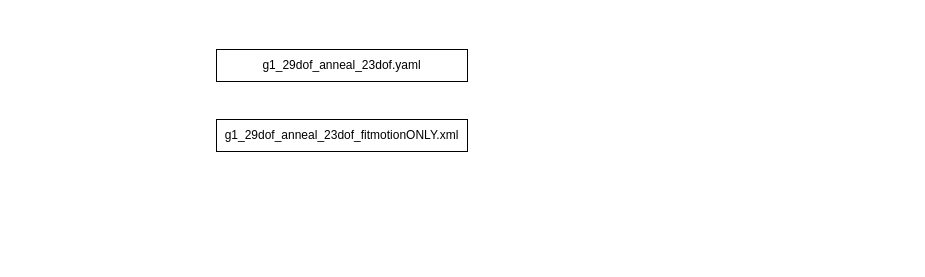
Earlier version of the draw.io diagram LLM/VLA/ASAP.drawio (mailonghua/drawio). Source tidied: cells renumbered, new cells numbered last; positions are measured from the earlier drawing's top-left corner, leaving out a move shared by most shapes. Both pictures are drawn from the tidied source at 100%, with x=0, y=0 at pixel (216, 49).
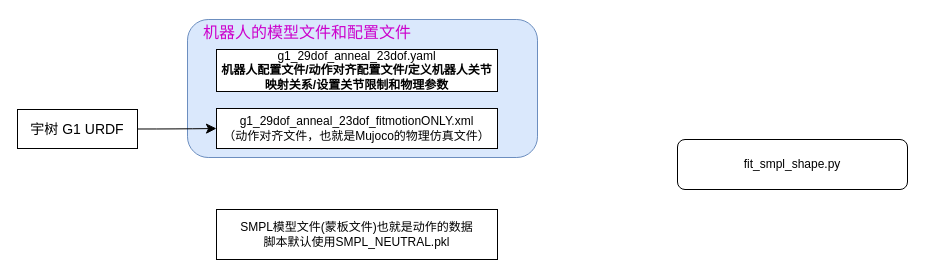
After the change.

Diff of the diagram source:
```diff
@@
 <mxGraphModel>
   <root>
     <mxCell id="0" />
     <mxCell id="1" parent="0" />
+    <mxCell id="4" style="group;" parent="1" vertex="1">
+      <mxGeometry x="-29" y="-32" width="350" height="140" as="geometry" />
+    </mxCell>
+    <mxCell id="5" style="rounded=1;whiteSpace=wrap;html=1;fillColor=#dae8fc;strokeColor=#6c8ebf;" parent="4" vertex="1">
+      <mxGeometry y="2" width="350" height="138" as="geometry" />
+    </mxCell>
-    <mxCell id="2" value="g1_29dof_anneal_23dof.yaml" style="rounded=0;whiteSpace=wrap;html=1;" parent="1" vertex="1">
-      <mxGeometry width="251" height="32" as="geometry" />
+    <mxCell id="2" value="g1_29dof_anneal_23dof.yaml&lt;div&gt;&lt;b&gt;机器人配置文件/动作对齐配置文件/定义机器人关节映射关系/设置关节限制和物理参数&lt;/b&gt;&lt;/div&gt;" style="rounded=0;whiteSpace=wrap;html=1;" parent="4" vertex="1">
+      <mxGeometry x="29" y="32" width="281" height="42" as="geometry" />
     </mxCell>
-    <mxCell id="3" value="g1_29dof_anneal_23dof_fitmotionONLY.xml" style="rounded=0;whiteSpace=wrap;html=1;" parent="1" vertex="1">
-      <mxGeometry y="70" width="251" height="32" as="geometry" />
+    <mxCell id="3" value="g1_29dof_anneal_23dof_fitmotionONLY.xml&lt;br&gt;（动作对齐文件，也就是Mujoco的物理仿真文件）" style="rounded=0;whiteSpace=wrap;html=1;" parent="4" vertex="1">
+      <mxGeometry x="29" y="91" width="281" height="40" as="geometry" />
     </mxCell>
+    <mxCell id="6" value="机器人的模型文件和配置文件" style="text;strokeColor=none;align=center;fillColor=none;html=1;verticalAlign=middle;whiteSpace=wrap;rounded=0;fontSize=16;fontColor=#CC00CC;" parent="4" vertex="1">
+      <mxGeometry x="10" width="220" height="30" as="geometry" />
+    </mxCell>
+    <mxCell id="7" style="edgeStyle=orthogonalEdgeStyle;curved=1;rounded=0;jettySize=auto;html=1;exitX=1;exitY=0.5;exitDx=0;exitDy=0;entryX=0;entryY=0.5;entryDx=0;entryDy=0;fontSize=12;startSize=8;endSize=8;" parent="1" edge="1" source="8" target="3">
+      <mxGeometry relative="1" as="geometry" />
+    </mxCell>
+    <mxCell id="8" value="宇树 G1 URDF" style="rounded=0;whiteSpace=wrap;html=1;fontSize=14;" parent="1" vertex="1">
+      <mxGeometry x="-199" y="60" width="120" height="39" as="geometry" />
+    </mxCell>
+    <mxCell id="9" value="SMPL模型文件(蒙板文件)也就是动作的数据&lt;br&gt;脚本默认使用SMPL_NEUTRAL.pkl" style="rounded=0;whiteSpace=wrap;html=1;" parent="1" vertex="1">
+      <mxGeometry y="160" width="281" height="50" as="geometry" />
+    </mxCell>
+    <mxCell id="10" value="fit_smpl_shape.py" style="rounded=1;whiteSpace=wrap;html=1;" parent="1" vertex="1">
+      <mxGeometry x="461" y="90" width="230" height="50" as="geometry" />
+    </mxCell>
   </root>
 </mxGraphModel>
```
